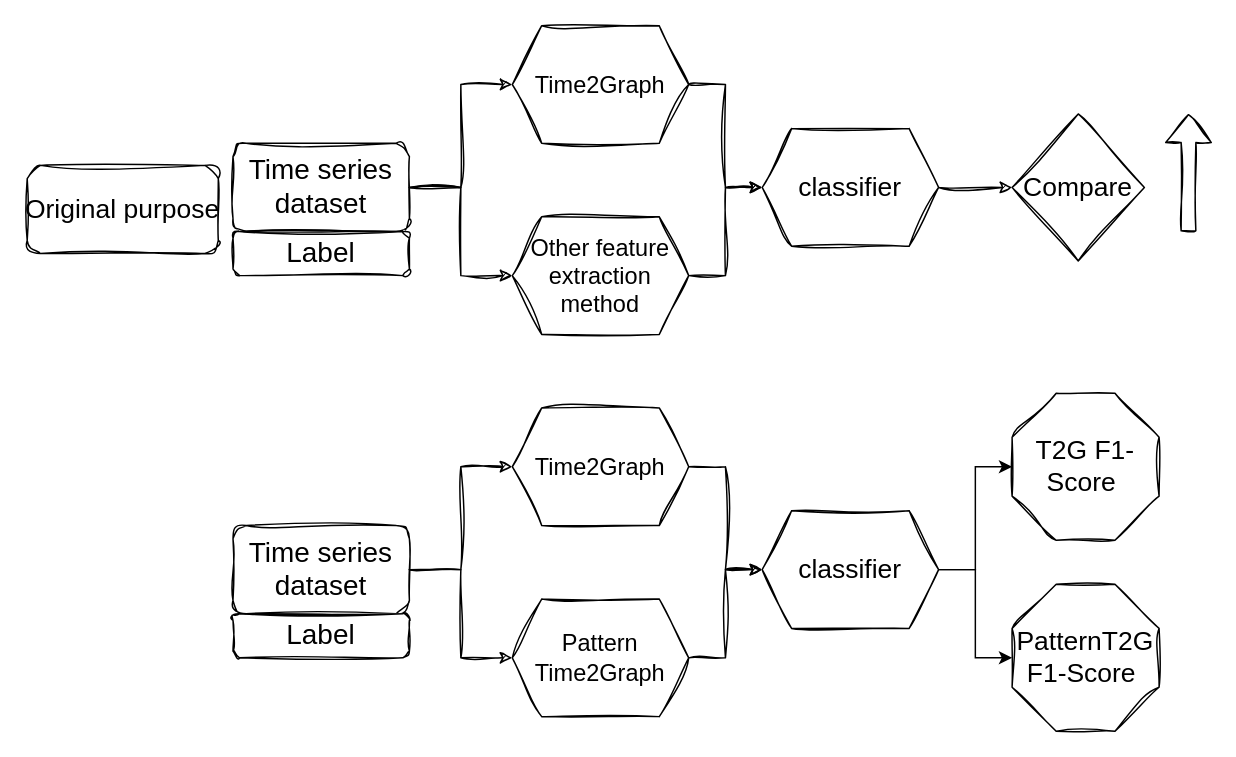
This is page "第 1 页" (1 of 2) of 論文.drawio from roleecorn/drawio, a draw.io file, before an edit. Source tidied: cells renumbered, new cells numbered last; positions are measured from the earlier drawing's top-left corner, leaving out a move shared by most shapes. Both pictures are drawn from the tidied source at 147%, with x=0, y=0 at pixel (26, 25).
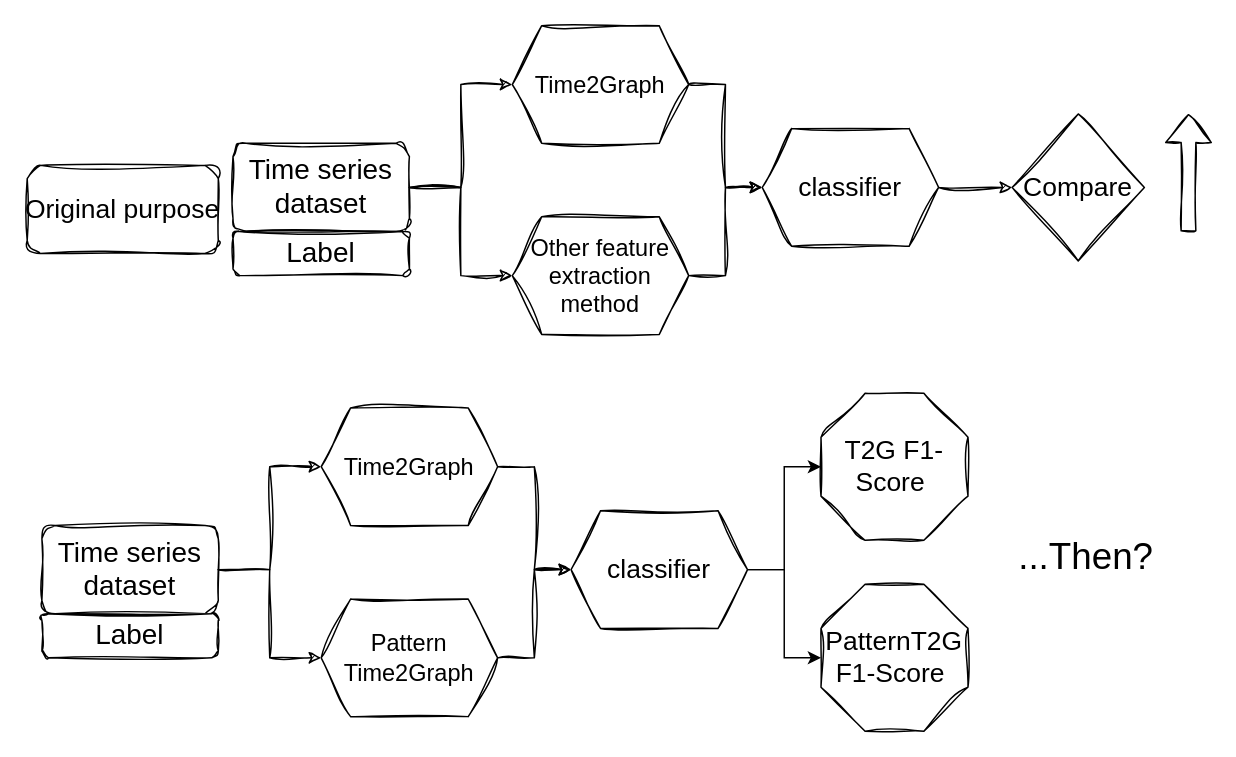
After the change.

The edit, as a diff of the source:
```diff
@@
     <mxCell id="14" style="group;sketch=1;curveFitting=1;jiggle=2;" parent="1" vertex="1">
-      <mxGeometry x="140" y="340" width="120" height="90" as="geometry" />
+      <mxGeometry x="10" y="340" width="120" height="90" as="geometry" />
     </mxCell>
@@
     <mxCell id="18" value="Time2Graph" style="shape=hexagon;perimeter=hexagonPerimeter2;whiteSpace=wrap;html=1;fixedSize=1;fontSize=16;sketch=1;curveFitting=1;jiggle=2;" parent="1" vertex="1">
-      <mxGeometry x="330" y="260" width="120" height="80" as="geometry" />
+      <mxGeometry x="200" y="260" width="120" height="80" as="geometry" />
     </mxCell>
@@
     <mxCell id="21" value="Pattern Time2Graph" style="shape=hexagon;perimeter=hexagonPerimeter2;whiteSpace=wrap;html=1;fixedSize=1;fontSize=16;sketch=1;curveFitting=1;jiggle=2;" parent="1" vertex="1">
-      <mxGeometry x="330" y="390" width="120" height="80" as="geometry" />
+      <mxGeometry x="200" y="390" width="120" height="80" as="geometry" />
     </mxCell>
@@
     <mxCell id="24" value="&lt;font style=&quot;font-size: 18px;&quot;&gt;classifier&lt;/font&gt;" style="shape=hexagon;perimeter=hexagonPerimeter2;whiteSpace=wrap;html=1;fixedSize=1;sketch=1;curveFitting=1;jiggle=2;" parent="1" vertex="1">
-      <mxGeometry x="500" y="330" width="120" height="80" as="geometry" />
+      <mxGeometry x="370" y="330" width="120" height="80" as="geometry" />
     </mxCell>
@@
     <mxCell id="26" value="&lt;font style=&quot;font-size: 18px;&quot;&gt;T2G F1-Score&amp;nbsp;&lt;/font&gt;" style="whiteSpace=wrap;html=1;shape=mxgraph.basic.octagon2;align=center;verticalAlign=middle;dx=15;sketch=1;curveFitting=1;jiggle=2;" parent="1" vertex="1">
-      <mxGeometry x="670" y="250" width="100" height="100" as="geometry" />
+      <mxGeometry x="540" y="250" width="100" height="100" as="geometry" />
     </mxCell>
     <mxCell id="27" value="&lt;font style=&quot;font-size: 18px;&quot;&gt;PatternT2G F1-Score&amp;nbsp;&lt;/font&gt;" style="whiteSpace=wrap;html=1;shape=mxgraph.basic.octagon2;align=center;verticalAlign=middle;dx=15;sketch=1;curveFitting=1;jiggle=2;" parent="1" vertex="1">
-      <mxGeometry x="670" y="380" width="100" height="100" as="geometry" />
+      <mxGeometry x="540" y="380" width="100" height="100" as="geometry" />
     </mxCell>
@@
+    <mxCell id="30" value="&lt;font style=&quot;font-size: 25px;&quot;&gt;...Then?&lt;/font&gt;" style="text;html=1;align=center;verticalAlign=middle;strokeColor=none;fillColor=none;" parent="1" vertex="1">
+      <mxGeometry x="660" y="340" width="120" height="40" as="geometry" />
+    </mxCell>
```
